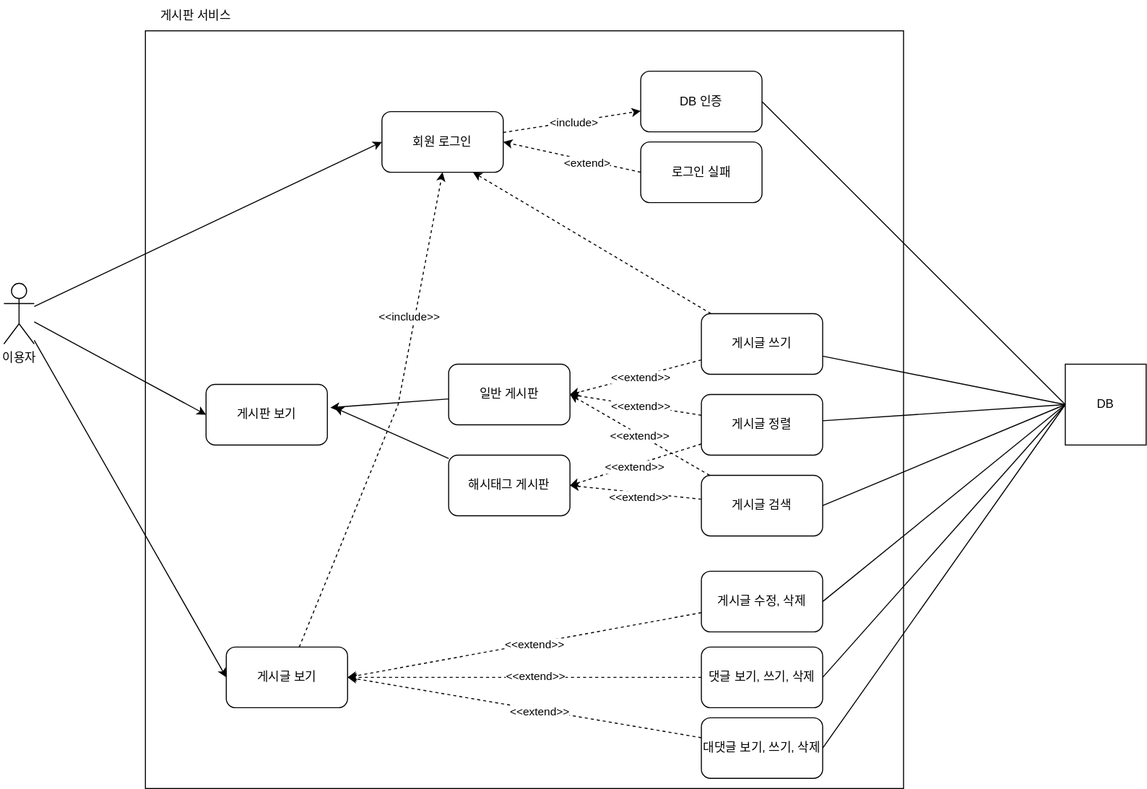
Above: 유즈케이스.svg in kmindev/board-project (draw.io), before the change. Source tidied: cells renumbered, new cells last; positions are measured from the earlier drawing's top-left corner, leaving out a move shared by most shapes.
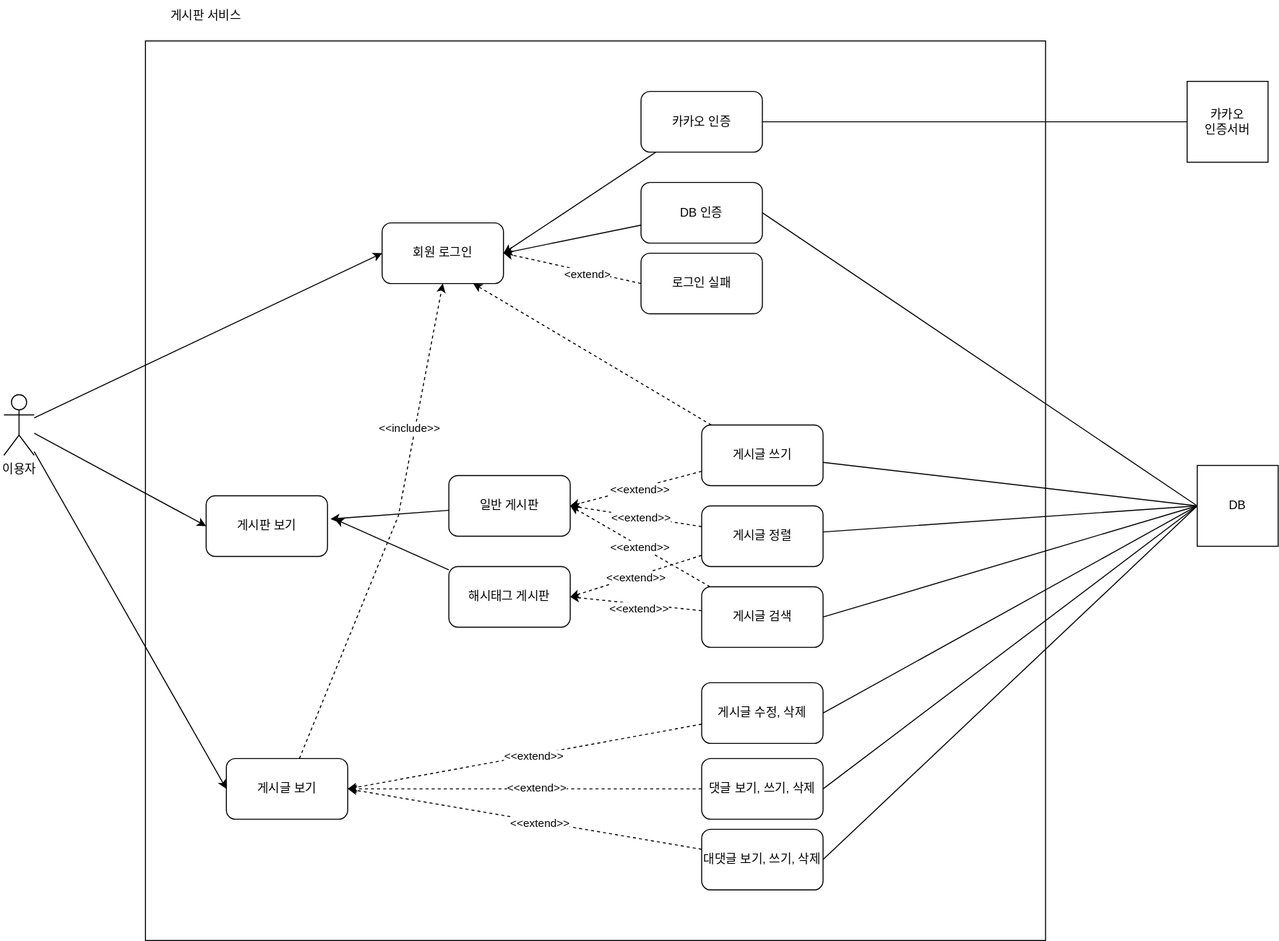
After the change.

Commit message:
#33 - 유즈케이스 업데이트: 카카오 인증 유즈 케이스 추가

Change to the diagram source:
```diff
@@ -3,7 +3,7 @@
     <mxCell id="0" />
     <mxCell id="1" parent="0" />
     <mxCell id="2" style="whiteSpace=wrap;html=1;" parent="1" vertex="1">
-      <mxGeometry x="140" y="30" width="750" height="750" as="geometry" />
+      <mxGeometry x="140" y="-70" width="890" height="890" as="geometry" />
     </mxCell>
     <mxCell id="3" style="rounded=0;jettySize=auto;html=1;entryX=0;entryY=0.5;entryDx=0;entryDy=0;" parent="1" edge="1" source="6" target="9">
       <mxGeometry relative="1" as="geometry" />
@@ -17,18 +17,15 @@
     <mxCell id="6" value="이용자&lt;br&gt;" style="shape=umlActor;verticalLabelPosition=bottom;verticalAlign=top;html=1;outlineConnect=0;" parent="1" vertex="1">
       <mxGeometry y="280" width="30" height="60" as="geometry" />
     </mxCell>
-    <mxCell id="7" style="rounded=0;jettySize=auto;html=1;dashed=1;endArrow=classic;endFill=1;" parent="1" edge="1" source="9" target="11">
-      <mxGeometry relative="1" as="geometry" />
-    </mxCell>
-    <mxCell id="8" value="&amp;lt;include&amp;gt;" style="edgeLabel;html=1;align=center;verticalAlign=middle;" parent="7" vertex="1">
-      <mxGeometry x="0.03" relative="1" as="geometry" />
-    </mxCell>
     <mxCell id="9" value="회원 로그인" style="rounded=1;whiteSpace=wrap;html=1;" parent="1" vertex="1">
       <mxGeometry x="374" y="110" width="120" height="60" as="geometry" />
     </mxCell>
     <mxCell id="10" style="rounded=0;jettySize=auto;html=1;entryX=0;entryY=0.5;entryDx=0;entryDy=0;exitX=1;exitY=0.5;exitDx=0;exitDy=0;endArrow=none;endFill=0;" parent="1" edge="1" source="11" target="35">
       <mxGeometry relative="1" as="geometry" />
     </mxCell>
+    <mxCell id="55" style="rounded=0;jettySize=auto;html=1;entryX=1;entryY=0.5;entryDx=0;entryDy=0;" parent="1" edge="1" source="11" target="9">
+      <mxGeometry relative="1" as="geometry" />
+    </mxCell>
     <mxCell id="11" value="DB 인증" style="rounded=1;whiteSpace=wrap;html=1;" parent="1" vertex="1">
       <mxGeometry x="630" y="70" width="120" height="60" as="geometry" />
     </mxCell>
@@ -93,7 +90,7 @@
       <mxGeometry x="690" y="565" width="120" height="60" as="geometry" />
     </mxCell>
     <mxCell id="30" value="게시판 서비스" style="text;html=1;strokeColor=none;fillColor=none;align=center;verticalAlign=middle;whiteSpace=wrap;rounded=0;" parent="1" vertex="1">
-      <mxGeometry x="140" width="100" height="30" as="geometry" />
+      <mxGeometry x="150" y="-110" width="100" height="30" as="geometry" />
     </mxCell>
     <mxCell id="31" style="rounded=0;jettySize=auto;html=1;dashed=1;" parent="1" edge="1" source="34">
       <mxGeometry relative="1" as="geometry">
@@ -110,7 +107,7 @@
       <mxGeometry x="690" y="640" width="120" height="60" as="geometry" />
     </mxCell>
     <mxCell id="35" value="DB" style="whiteSpace=wrap;html=1;" parent="1" vertex="1">
-      <mxGeometry x="1050" y="360" width="80" height="80" as="geometry" />
+      <mxGeometry x="1180" y="350" width="80" height="80" as="geometry" />
     </mxCell>
     <mxCell id="36" value="해시태그&amp;nbsp;게시판" style="rounded=1;whiteSpace=wrap;html=1;" parent="1" vertex="1">
       <mxGeometry x="440" y="450" width="120" height="60" as="geometry" />
@@ -169,5 +166,17 @@
     <mxCell id="54" style="rounded=0;jettySize=auto;html=1;entryX=1.058;entryY=0.383;entryDx=0;entryDy=0;entryPerimeter=0;" parent="1" edge="1" source="36" target="12">
       <mxGeometry relative="1" as="geometry" />
     </mxCell>
+    <mxCell id="56" style="rounded=0;jettySize=auto;html=1;entryX=1;entryY=0.5;entryDx=0;entryDy=0;endArrow=none;endFill=0;" parent="1" edge="1" source="57" target="59">
+      <mxGeometry relative="1" as="geometry" />
+    </mxCell>
+    <mxCell id="57" value="카카오 &lt;br&gt;인증서버" style="whiteSpace=wrap;html=1;" parent="1" vertex="1">
+      <mxGeometry x="1170" y="-30" width="80" height="80" as="geometry" />
+    </mxCell>
+    <mxCell id="58" style="rounded=0;jettySize=auto;html=1;entryX=1;entryY=0.5;entryDx=0;entryDy=0;" parent="1" edge="1" source="59" target="9">
+      <mxGeometry relative="1" as="geometry" />
+    </mxCell>
+    <mxCell id="59" value="카카오 인증" style="rounded=1;whiteSpace=wrap;html=1;" parent="1" vertex="1">
+      <mxGeometry x="630" y="-20" width="120" height="60" as="geometry" />
+    </mxCell>
   </root>
 </mxGraphModel>
```
